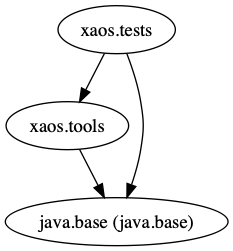
The Graphviz diagram xaos.tests.tools.module/doc/module-dependencies.png in ESSICS/XAOS, before a commit. Its source is kept beside it as xaos.tests.tools.module/doc/module-dependencies.dot. The source it was exported from:
```dot
digraph "summary" {
  "xaos.tools"                                       -> "java.base (java.base)";
  "xaos.tests"                                       -> "java.base (java.base)";
  "xaos.tests"                                       -> "xaos.tools";
}
```
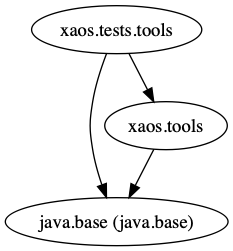
The same diagram one commit later.

Commit message:
Updated wrong module name.

Change to the diagram source:
```diff
@@ -1,5 +1,5 @@
 digraph "summary" {
+  "xaos.tests.tools"                                 -> "java.base (java.base)";
+  "xaos.tests.tools"                                 -> "xaos.tools";
   "xaos.tools"                                       -> "java.base (java.base)";
-  "xaos.tests"                                       -> "java.base (java.base)";
-  "xaos.tests"                                       -> "xaos.tools";
 }
```
